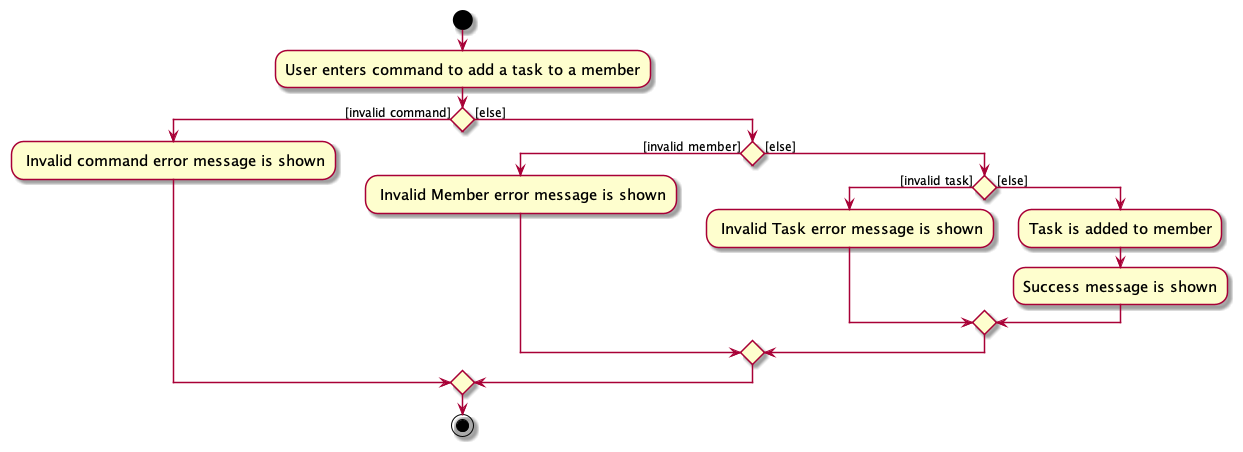
nus-cs2103-AY2324S1/tp keeps this PlantUML diagram as docs/images/AddMemberTaskCommandActivityDiagram.png. Above is the earlier version. Its diagram source:
```plantuml
@startuml
skin rose
skinparam ActivityFontSize 15
skinparam ArrowFontSize 12
start
:User enters command to add a task to a member;

if () then ([invalid command])
    : Invalid command error message is shown;
else ([else])
    if () then ([invalid member])
        : Invalid Member error message is shown;
    else ([else])
        if () then ([invalid task])
            : Invalid Task error message is shown;
        else ([else])
            :Task is added to member;
            :Success message is shown;
           endif
    endif
endif
stop
@enduml
```
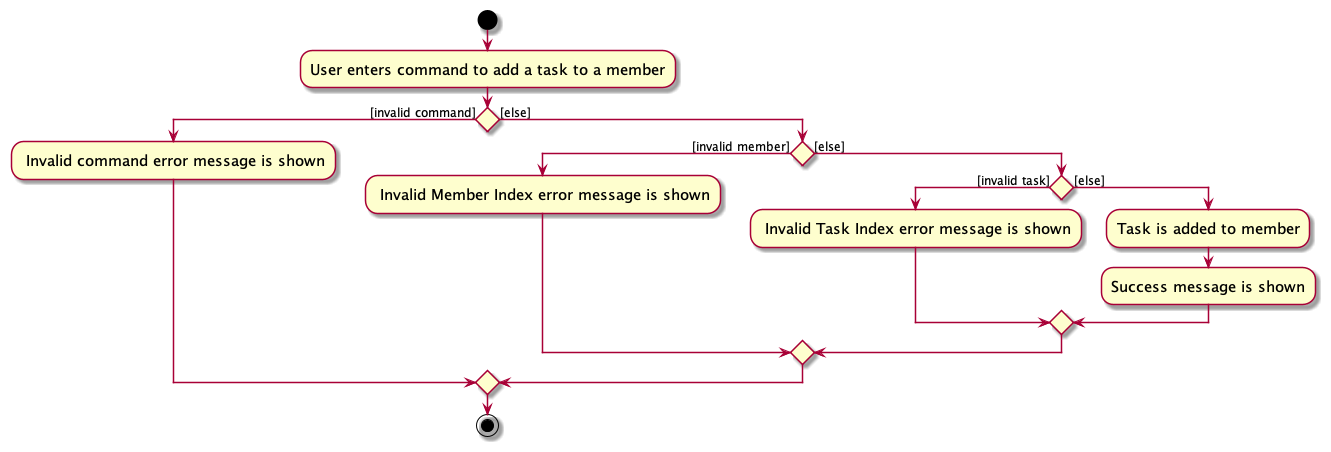
After the change.

Commit message:
Fix Error Message

The edit, as a diff of the source:
```diff
@@ -9,10 +9,10 @@
     : Invalid command error message is shown;
 else ([else])
     if () then ([invalid member])
-        : Invalid Member error message is shown;
+        : Invalid Member Index error message is shown;
     else ([else])
         if () then ([invalid task])
-            : Invalid Task error message is shown;
+            : Invalid Task Index error message is shown;
         else ([else])
             :Task is added to member;
             :Success message is shown;
```
